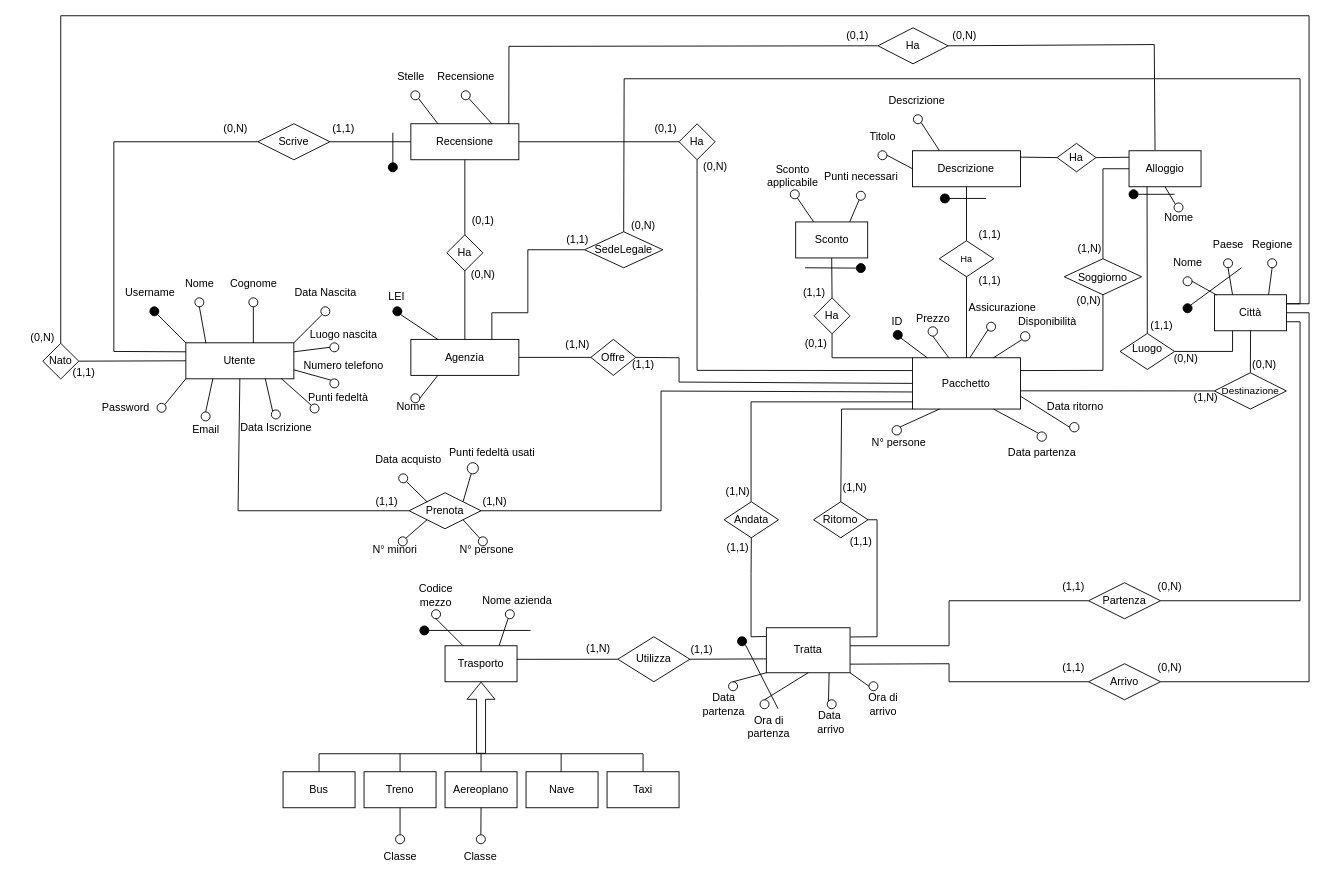
This is page "ER - Logico" (2 of 2) of ER/ER.drawio from bustre/Easy-travel, a draw.io file, before an edit. Source tidied: cells renumbered, new cells numbered last; positions are measured from the earlier drawing's top-left corner, leaving out a move shared by most shapes. Both pictures are drawn from the tidied source at 90%, with x=0, y=0 at pixel (15, 15).
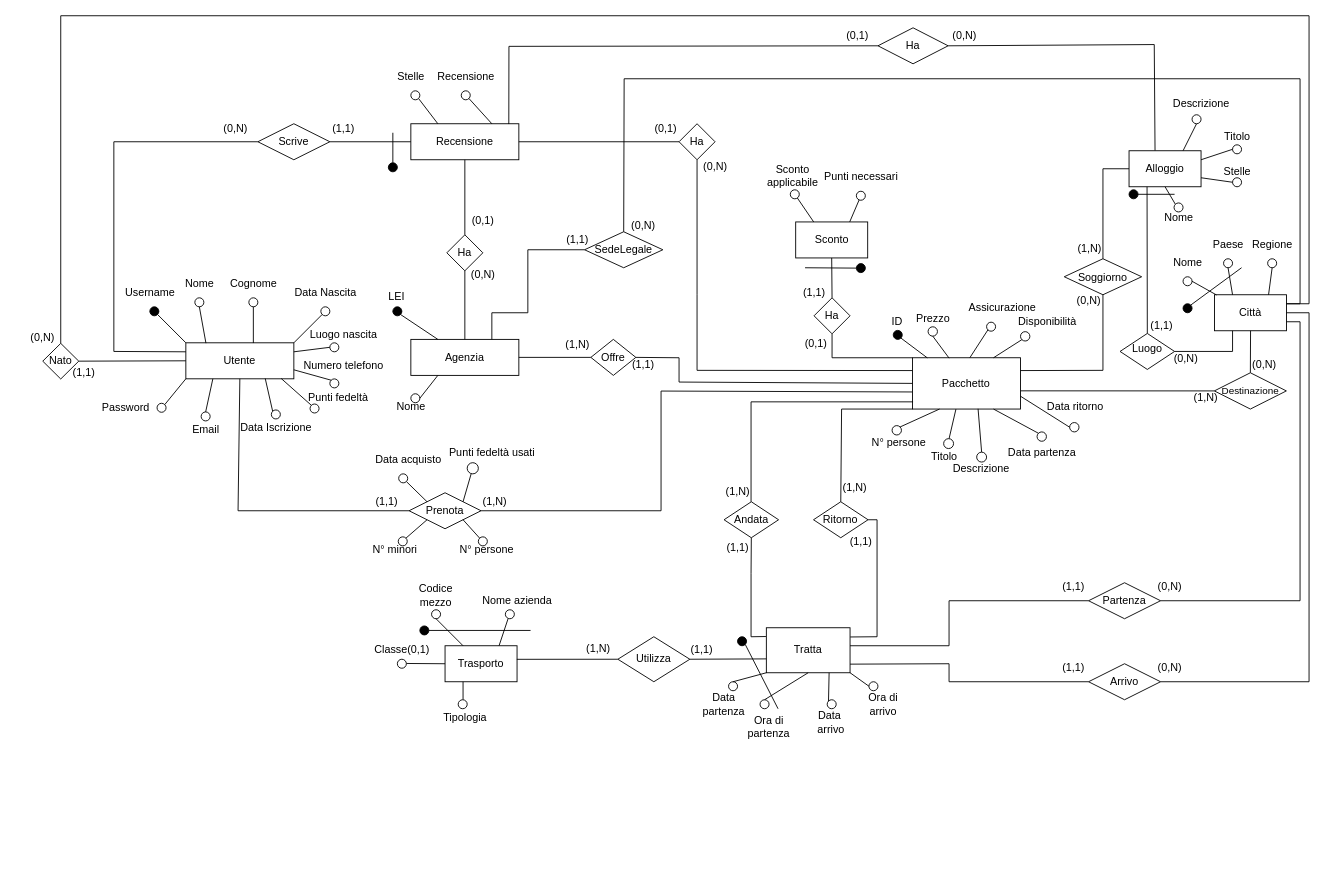
The same diagram, later.

The change refers to these unchanged cells:
```xml
<mxCell id="4" value="Pacchetto" style="rounded=0;whiteSpace=wrap;html=1;" parent="1" vertex="1">
  <mxGeometry x="996.4" y="380" width="120" height="57" as="geometry" />
</mxCell>
<mxCell id="56" value="Alloggio" style="rounded=0;whiteSpace=wrap;html=1;" parent="1" vertex="1">
  <mxGeometry x="1237" y="150" width="80" height="40" as="geometry" />
</mxCell>
<mxCell id="73" value="Trasporto" style="rounded=0;whiteSpace=wrap;html=1;" parent="1" vertex="1">
  <mxGeometry x="477" y="700" width="80" height="40" as="geometry" />
</mxCell>
```

Change to the diagram source:
```diff
@@
-    <mxCell id="5" value="&lt;div align=&quot;center&quot;&gt;&lt;font style=&quot;font-size: 10px;&quot;&gt;Ha&lt;/font&gt;&lt;/div&gt;" style="rhombus;whiteSpace=wrap;html=1;align=center;" parent="1" vertex="1">
-      <mxGeometry x="1026.1" y="250" width="60.6" height="40" as="geometry" />
-    </mxCell>
-    <mxCell id="6" value="Descrizione" style="rounded=0;whiteSpace=wrap;html=1;" parent="1" vertex="1">
-      <mxGeometry x="996.4" y="150" width="120" height="40" as="geometry" />
-    </mxCell>
-    <mxCell id="7" style="endArrow=none;html=1;rounded=0;entryX=0.5;entryY=1;entryDx=0;entryDy=0;" parent="1" edge="1" source="5" target="6">
-      <mxGeometry relative="1" as="geometry" />
-    </mxCell>
-    <mxCell id="8" style="endArrow=none;html=1;rounded=0;entryX=0.5;entryY=1;entryDx=0;entryDy=0;" parent="1" edge="1" source="4" target="5">
-      <mxGeometry relative="1" as="geometry" />
-    </mxCell>
-    <mxCell id="9" value="(1,1)" style="text;html=1;align=center;verticalAlign=middle;strokeColor=none;fillColor=none;" parent="1" vertex="1">
-      <mxGeometry x="1057" y="228" width="50" height="30" as="geometry" />
-    </mxCell>
-    <mxCell id="10" value="(1,1)" style="text;html=1;align=center;verticalAlign=middle;strokeColor=none;fillColor=none;" parent="1" vertex="1">
-      <mxGeometry x="1057" y="280" width="50" height="30" as="geometry" />
-    </mxCell>
-    <mxCell id="11" style="ellipse;whiteSpace=wrap;html=1;" parent="1" vertex="1">
-      <mxGeometry x="958" y="150" width="10" height="10" as="geometry" />
-    </mxCell>
-    <mxCell id="12" value="&lt;div&gt;Titolo&lt;/div&gt;" style="text;html=1;align=center;verticalAlign=middle;strokeColor=none;fillColor=none;" parent="1" vertex="1">
-      <mxGeometry x="938" y="120" width="50" height="30" as="geometry" />
-    </mxCell>
-    <mxCell id="13" style="endArrow=none;html=1;rounded=0;entryX=1;entryY=0.5;entryDx=0;entryDy=0;exitX=0;exitY=0.5;exitDx=0;exitDy=0;" parent="1" edge="1" source="6" target="11">
-      <mxGeometry relative="1" as="geometry" />
-    </mxCell>
-    <mxCell id="14" style="endArrow=none;html=1;rounded=0;exitX=0.25;exitY=0;exitDx=0;exitDy=0;entryX=1;entryY=1;entryDx=0;entryDy=0;" parent="1" edge="1" source="6" target="15">
-      <mxGeometry relative="1" as="geometry" />
-    </mxCell>
-    <mxCell id="15" style="ellipse;whiteSpace=wrap;html=1;" parent="1" vertex="1">
-      <mxGeometry x="997.4" y="110" width="10" height="10" as="geometry" />
-    </mxCell>
-    <mxCell id="16" value="Descrizione" style="text;html=1;align=center;verticalAlign=middle;strokeColor=none;fillColor=none;" parent="1" vertex="1">
-      <mxGeometry x="956.4" y="80" width="90" height="30" as="geometry" />
-    </mxCell>
@@
-    <mxCell id="20" style="ellipse;whiteSpace=wrap;html=1;fillColor=#000000;" parent="1" vertex="1">
-      <mxGeometry x="1027.4" y="198" width="10" height="10" as="geometry" />
-    </mxCell>
-    <mxCell id="21" style="endArrow=none;html=1;rounded=0;exitX=1;exitY=0.5;exitDx=0;exitDy=0;" parent="1" edge="1" source="20">
-      <mxGeometry relative="1" as="geometry">
-        <mxPoint x="1078" y="203" as="targetPoint" />
-      </mxGeometry>
-    </mxCell>
@@
-    <mxCell id="78" style="shape=flexArrow;endArrow=classic;html=1;rounded=0;entryX=0.5;entryY=1;entryDx=0;entryDy=0;" parent="1" edge="1" target="73">
-      <mxGeometry relative="1" as="geometry">
-        <mxPoint x="517" y="820" as="sourcePoint" />
-      </mxGeometry>
-    </mxCell>
-    <mxCell id="79" style="endArrow=none;html=1;rounded=0;exitX=0.5;exitY=0;exitDx=0;exitDy=0;entryX=0.5;entryY=0;entryDx=0;entryDy=0;" parent="1" edge="1" source="80" target="255">
-      <mxGeometry relative="1" as="geometry">
-        <Array as="points">
-          <mxPoint x="337" y="820" />
-          <mxPoint x="697" y="820" />
-        </Array>
-      </mxGeometry>
-    </mxCell>
-    <mxCell id="80" value="Bus" style="rounded=0;whiteSpace=wrap;html=1;" parent="1" vertex="1">
-      <mxGeometry x="297" y="840" width="80" height="40" as="geometry" />
-    </mxCell>
-    <mxCell id="81" value="Treno" style="rounded=0;whiteSpace=wrap;html=1;" parent="1" vertex="1">
-      <mxGeometry x="387" y="840" width="80" height="40" as="geometry" />
-    </mxCell>
-    <mxCell id="82" value="Aereoplano" style="rounded=0;whiteSpace=wrap;html=1;" parent="1" vertex="1">
-      <mxGeometry x="477" y="840" width="80" height="40" as="geometry" />
-    </mxCell>
-    <mxCell id="83" style="endArrow=none;html=1;rounded=0;exitX=0.5;exitY=0;exitDx=0;exitDy=0;" parent="1" edge="1" source="81">
-      <mxGeometry relative="1" as="geometry">
-        <mxPoint x="427" y="820" as="targetPoint" />
-      </mxGeometry>
-    </mxCell>
@@
-    <mxCell id="196" style="endArrow=none;html=1;rounded=0;entryX=0.5;entryY=1;entryDx=0;entryDy=0;" parent="1" edge="1" target="81">
-      <mxGeometry relative="1" as="geometry">
-        <mxPoint x="427" y="910" as="sourcePoint" />
-      </mxGeometry>
-    </mxCell>
-    <mxCell id="197" style="ellipse;whiteSpace=wrap;html=1;" parent="1" vertex="1">
-      <mxGeometry x="422" y="910" width="10" height="10" as="geometry" />
-    </mxCell>
-    <mxCell id="198" value="Classe" style="text;html=1;align=center;verticalAlign=middle;strokeColor=none;fillColor=none;" parent="1" vertex="1">
-      <mxGeometry x="396.6" y="920" width="60" height="30" as="geometry" />
-    </mxCell>
-    <mxCell id="199" style="endArrow=none;html=1;rounded=0;entryX=0.5;entryY=1;entryDx=0;entryDy=0;exitX=0.5;exitY=0;exitDx=0;exitDy=0;" parent="1" edge="1" source="200" target="82">
-      <mxGeometry relative="1" as="geometry" />
-    </mxCell>
-    <mxCell id="200" style="ellipse;whiteSpace=wrap;html=1;" parent="1" vertex="1">
-      <mxGeometry x="511.8" y="910" width="10" height="10" as="geometry" />
-    </mxCell>
-    <mxCell id="201" value="Classe" style="text;html=1;align=center;verticalAlign=middle;strokeColor=none;fillColor=none;" parent="1" vertex="1">
-      <mxGeometry x="486.4" y="920" width="60" height="30" as="geometry" />
-    </mxCell>
@@
-    <mxCell id="219" style="endArrow=none;html=1;rounded=0;entryX=-0.002;entryY=0.181;entryDx=0;entryDy=0;exitX=1;exitY=0.5;exitDx=0;exitDy=0;entryPerimeter=0;" parent="1" edge="1" source="220" target="56">
-      <mxGeometry relative="1" as="geometry" />
-    </mxCell>
-    <mxCell id="220" value="Ha" style="rhombus;whiteSpace=wrap;html=1;" parent="1" vertex="1">
-      <mxGeometry x="1157" y="141.8" width="43.2" height="31.6" as="geometry" />
-    </mxCell>
-    <mxCell id="221" style="endArrow=none;html=1;rounded=0;entryX=0;entryY=0.5;entryDx=0;entryDy=0;exitX=0.999;exitY=0.178;exitDx=0;exitDy=0;exitPerimeter=0;" parent="1" edge="1" source="6" target="220">
-      <mxGeometry relative="1" as="geometry" />
-    </mxCell>
@@
-    <mxCell id="253" value="Nave" style="rounded=0;whiteSpace=wrap;html=1;" parent="1" vertex="1">
-      <mxGeometry x="567" y="840" width="80" height="40" as="geometry" />
-    </mxCell>
-    <mxCell id="254" style="endArrow=none;html=1;rounded=0;exitX=0.5;exitY=0;exitDx=0;exitDy=0;" parent="1" edge="1">
-      <mxGeometry relative="1" as="geometry">
-        <mxPoint x="517" y="840" as="sourcePoint" />
-        <mxPoint x="517" y="820" as="targetPoint" />
-      </mxGeometry>
-    </mxCell>
-    <mxCell id="255" value="Taxi" style="rounded=0;whiteSpace=wrap;html=1;" parent="1" vertex="1">
-      <mxGeometry x="657" y="840" width="80" height="40" as="geometry" />
-    </mxCell>
-    <mxCell id="256" style="endArrow=none;html=1;rounded=0;exitX=0.5;exitY=0;exitDx=0;exitDy=0;" parent="1" edge="1">
-      <mxGeometry relative="1" as="geometry">
-        <mxPoint x="606" y="840" as="sourcePoint" />
-        <mxPoint x="606" y="820" as="targetPoint" />
-      </mxGeometry>
-    </mxCell>
@@
+    <mxCell id="258" style="ellipse;whiteSpace=wrap;html=1;" parent="1" vertex="1">
+      <mxGeometry x="424" y="715" width="10" height="10" as="geometry" />
+    </mxCell>
+    <mxCell id="259" value="Classe(0,1)" style="text;html=1;align=center;verticalAlign=middle;points=[];strokeColor=none;fillColor=none;" parent="1" vertex="1">
+      <mxGeometry x="389" y="690" width="80" height="30" as="geometry" />
+    </mxCell>
+    <mxCell id="260" style="endArrow=none;html=1;rounded=0;entryX=0;entryY=0.5;entryDx=0;entryDy=0;exitX=0.565;exitY=0.99;exitDx=0;exitDy=0;exitPerimeter=0;" parent="1" edge="1" source="259" target="73">
+      <mxGeometry relative="1" as="geometry" />
+    </mxCell>
+    <mxCell id="261" style="endArrow=none;html=1;rounded=0;entryX=0.25;entryY=1;entryDx=0;entryDy=0;" parent="1" edge="1" target="73">
+      <mxGeometry relative="1" as="geometry">
+        <mxPoint x="497" y="760" as="sourcePoint" />
+      </mxGeometry>
+    </mxCell>
+    <mxCell id="262" style="ellipse;whiteSpace=wrap;html=1;" parent="1" vertex="1">
+      <mxGeometry x="491.6" y="760" width="10" height="10" as="geometry" />
+    </mxCell>
+    <mxCell id="263" value="Tipologia" style="text;html=1;align=center;verticalAlign=middle;strokeColor=none;fillColor=none;" parent="1" vertex="1">
+      <mxGeometry x="464" y="765" width="70" height="30" as="geometry" />
+    </mxCell>
+    <mxCell id="264" style="endArrow=none;html=1;rounded=0;entryX=0.402;entryY=1.002;entryDx=0;entryDy=0;entryPerimeter=0;" parent="1" edge="1" target="4">
+      <mxGeometry relative="1" as="geometry">
+        <mxPoint x="1037" y="470" as="sourcePoint" />
+      </mxGeometry>
+    </mxCell>
+    <mxCell id="265" style="ellipse;whiteSpace=wrap;html=1;" parent="1" vertex="1">
+      <mxGeometry x="1031" y="469.9" width="11" height="11" as="geometry" />
+    </mxCell>
+    <mxCell id="266" value="Titolo" style="text;html=1;strokeColor=none;fillColor=none;align=center;verticalAlign=middle;whiteSpace=wrap;rounded=0;" parent="1" vertex="1">
+      <mxGeometry x="1002.4" y="475.4" width="60" height="30" as="geometry" />
+    </mxCell>
+    <mxCell id="267" style="endArrow=none;html=1;rounded=0;entryX=0.607;entryY=0.995;entryDx=0;entryDy=0;entryPerimeter=0;exitX=0.5;exitY=0;exitDx=0;exitDy=0;" parent="1" edge="1" source="268" target="4">
+      <mxGeometry relative="1" as="geometry" />
+    </mxCell>
+    <mxCell id="268" style="ellipse;whiteSpace=wrap;html=1;" parent="1" vertex="1">
+      <mxGeometry x="1067.7" y="484.9" width="11" height="11" as="geometry" />
+    </mxCell>
+    <mxCell id="6" value="Descrizione" style="text;html=1;strokeColor=none;fillColor=none;align=center;verticalAlign=middle;whiteSpace=wrap;rounded=0;" parent="1" vertex="1">
+      <mxGeometry x="1043.2" y="487.8" width="60" height="30" as="geometry" />
+    </mxCell>
+    <mxCell id="269" style="ellipse;whiteSpace=wrap;html=1;" parent="1" vertex="1">
+      <mxGeometry x="1352" y="180" width="10" height="10" as="geometry" />
+    </mxCell>
+    <mxCell id="270" value="Stelle" style="text;html=1;align=center;verticalAlign=middle;strokeColor=none;fillColor=none;" parent="1" vertex="1">
+      <mxGeometry x="1331.8" y="158" width="50" height="30" as="geometry" />
+    </mxCell>
+    <mxCell id="271" style="endArrow=none;html=1;rounded=0;entryX=1;entryY=0.75;entryDx=0;entryDy=0;exitX=0;exitY=0.5;exitDx=0;exitDy=0;" parent="1" edge="1" source="269" target="56">
+      <mxGeometry relative="1" as="geometry" />
+    </mxCell>
+    <mxCell id="272" style="ellipse;whiteSpace=wrap;html=1;" parent="1" vertex="1">
+      <mxGeometry x="1352" y="143.4" width="10" height="10" as="geometry" />
+    </mxCell>
+    <mxCell id="273" style="endArrow=none;html=1;rounded=0;entryX=0;entryY=0.5;entryDx=0;entryDy=0;exitX=1;exitY=0.25;exitDx=0;exitDy=0;" parent="1" edge="1" source="56" target="272">
+      <mxGeometry relative="1" as="geometry" />
+    </mxCell>
+    <mxCell id="274" value="Titolo" style="text;html=1;align=center;verticalAlign=middle;strokeColor=none;fillColor=none;" parent="1" vertex="1">
+      <mxGeometry x="1331.8" y="120" width="50" height="30" as="geometry" />
+    </mxCell>
+    <mxCell id="275" style="endArrow=none;html=1;rounded=0;exitX=0.75;exitY=0;exitDx=0;exitDy=0;entryX=0.5;entryY=1;entryDx=0;entryDy=0;" parent="1" edge="1" source="56" target="276">
+      <mxGeometry relative="1" as="geometry" />
+    </mxCell>
+    <mxCell id="276" style="ellipse;whiteSpace=wrap;html=1;" parent="1" vertex="1">
+      <mxGeometry x="1307" y="110" width="10" height="10" as="geometry" />
+    </mxCell>
+    <mxCell id="16" value="Descrizione" style="text;html=1;align=center;verticalAlign=middle;strokeColor=none;fillColor=none;" parent="1" vertex="1">
+      <mxGeometry x="1272" y="83.4" width="90" height="30" as="geometry" />
+    </mxCell>
```
